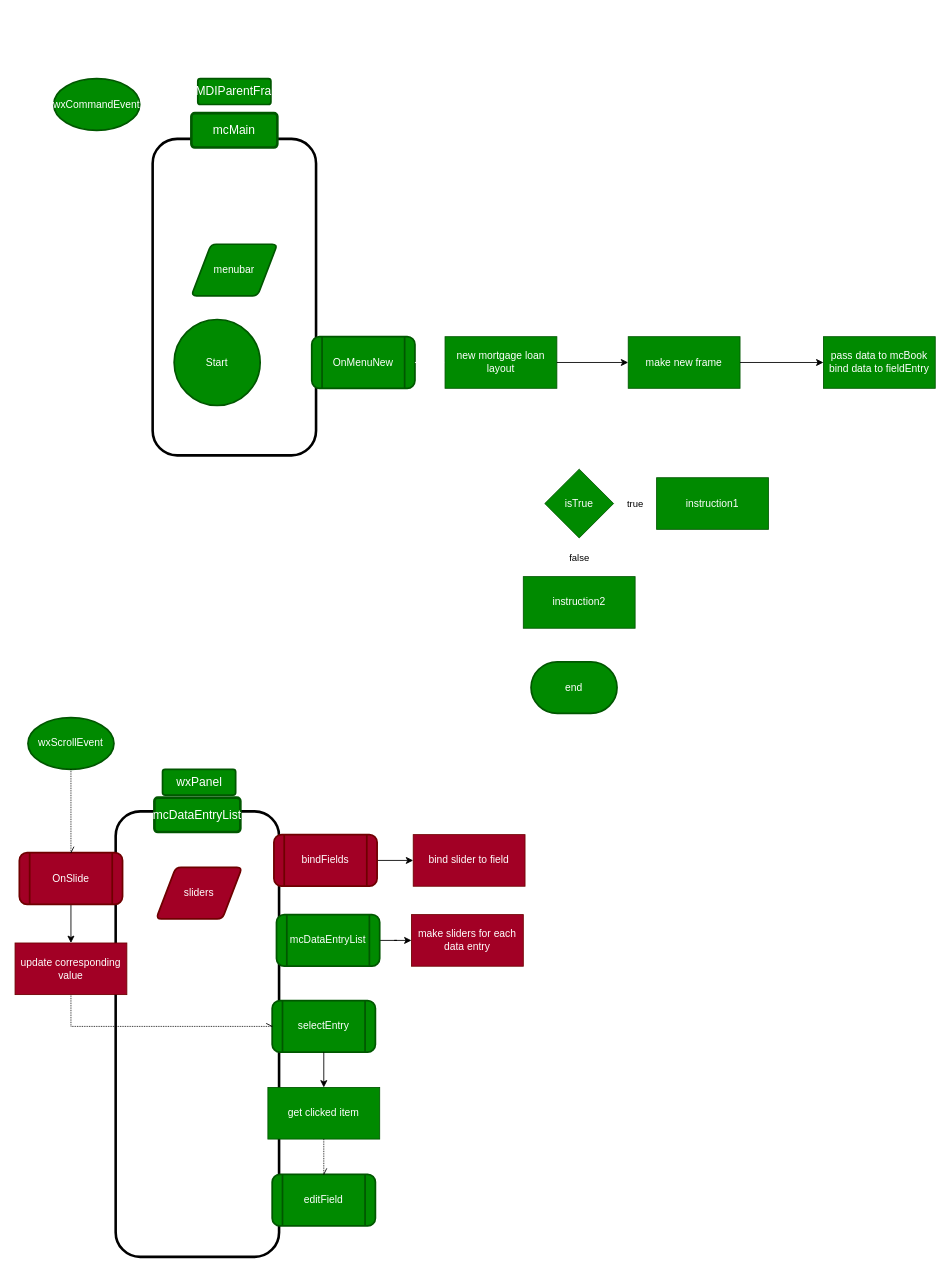
This is DesignDocs/GUI_Sliders.drawio from accusard/MortgageCalc, a draw.io file, before an edit. Source tidied: cells renumbered, new cells numbered last; positions are measured from the earlier drawing's top-left corner, leaving out a move shared by most shapes. Both pictures are drawn from the tidied source at 86%, with x=0, y=0 at pixel (15, 78).
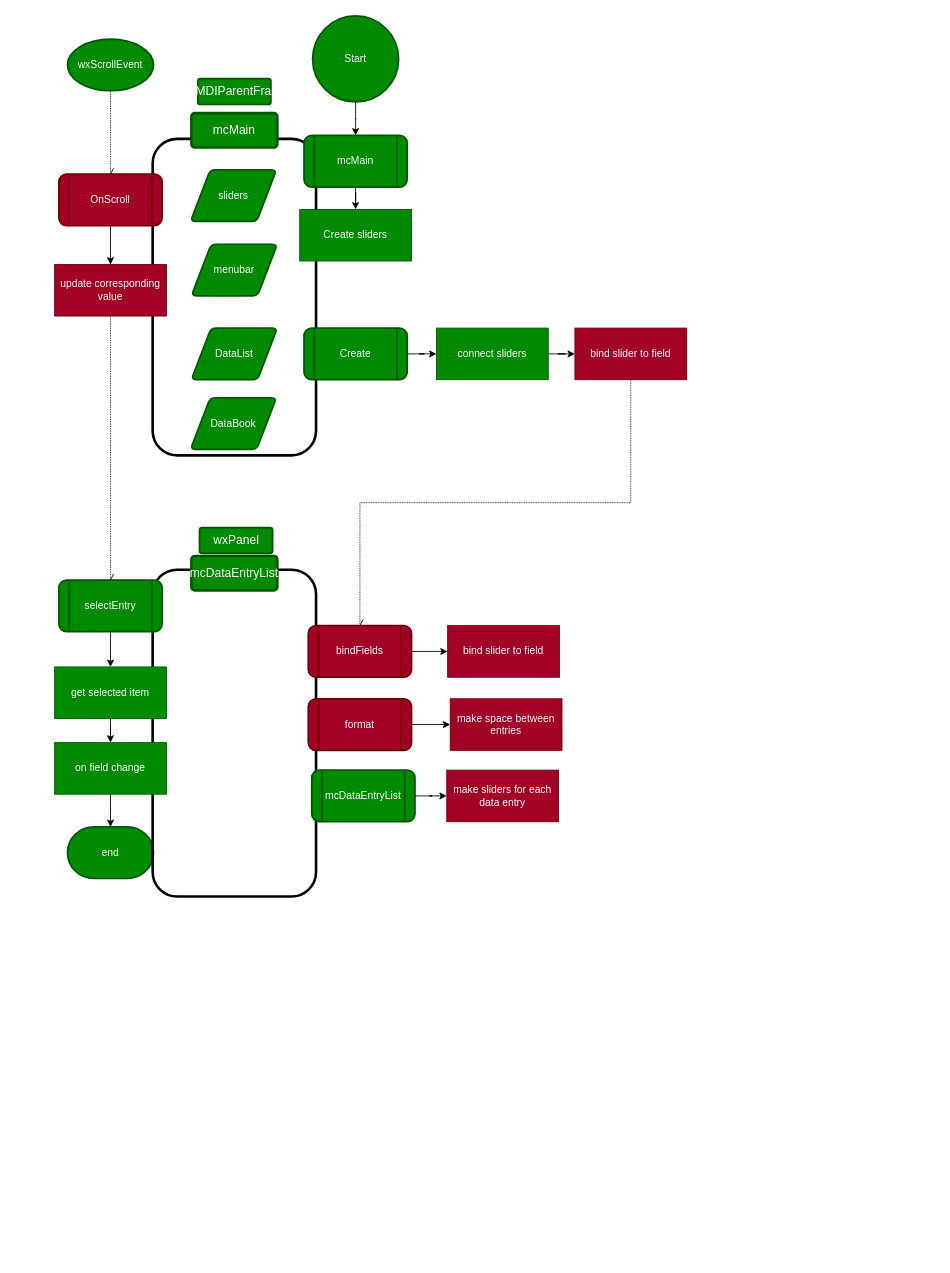
The same page after the edit.

Commit message (it also covers changes not shown here):
fix bug where the values in data list didn't correspond to the values in data book during editing

Change to the diagram source:
```diff
@@
+    <mxCell id="9" style="rounded=1;whiteSpace=wrap;html=1;fillColor=none;strokeWidth=3;fontFamily=SF Mono;fontColor=#000000;" parent="1" vertex="1">
+      <mxGeometry x="160" y="70" width="190" height="368" as="geometry" />
+    </mxCell>
+    <mxCell id="42" style="edgeStyle=orthogonalEdgeStyle;rounded=0;jettySize=auto;html=1;" parent="1" edge="1" source="2" target="14">
+      <mxGeometry relative="1" as="geometry" />
+    </mxCell>
     <mxCell id="2" value="&lt;font style=&quot;font-size: 12px&quot;&gt;Start&lt;/font&gt;" style="strokeWidth=2;html=1;shape=mxgraph.flowchart.start_2;whiteSpace=wrap;fillColor=#008a00;strokeColor=#005700;fontFamily=SF Mono;fontColor=#ffffff;" parent="1" vertex="1">
-      <mxGeometry x="185" y="280" width="100" height="100" as="geometry" />
+      <mxGeometry x="346" y="-73" width="100" height="100" as="geometry" />
     </mxCell>
-    <mxCell id="3" value="&lt;font face=&quot;SF Mono&quot;&gt;end&lt;/font&gt;" style="strokeWidth=2;html=1;shape=mxgraph.flowchart.terminator;whiteSpace=wrap;fillColor=#008a00;strokeColor=#005700;fontColor=#ffffff;" parent="1" vertex="1">
-      <mxGeometry x="600" y="678" width="100" height="60" as="geometry" />
-    </mxCell>
-    <mxCell id="4" value="true" style="edgeStyle=orthogonalEdgeStyle;rounded=0;jettySize=auto;html=1;strokeColor=#FFFFFF;" parent="1" edge="1" source="6" target="7">
-      <mxGeometry relative="1" as="geometry" />
-    </mxCell>
-    <mxCell id="5" value="false" style="edgeStyle=orthogonalEdgeStyle;rounded=0;jettySize=auto;html=1;strokeColor=#FFFFFF;" parent="1" edge="1" source="6" target="8">
-      <mxGeometry relative="1" as="geometry" />
-    </mxCell>
-    <mxCell id="6" value="isTrue" style="rhombus;whiteSpace=wrap;html=1;strokeColor=#005700;fillColor=#008a00;fontColor=#ffffff;" parent="1" vertex="1">
-      <mxGeometry x="616" y="454" width="80" height="80" as="geometry" />
-    </mxCell>
-    <mxCell id="7" value="&lt;font style=&quot;font-size: 12px&quot;&gt;instruction1&lt;/font&gt;&lt;span style=&quot;font-size: 11px&quot;&gt;&lt;br&gt;&lt;/span&gt;" style="rounded=0;whiteSpace=wrap;html=1;fillColor=#008a00;strokeColor=#005700;fontFamily=SF Mono;fontColor=#ffffff;" parent="1" vertex="1">
-      <mxGeometry x="746" y="464" width="130" height="60" as="geometry" />
-    </mxCell>
-    <mxCell id="8" value="&lt;font style=&quot;font-size: 12px&quot;&gt;instruction2&lt;/font&gt;&lt;span style=&quot;font-size: 11px&quot;&gt;&lt;br&gt;&lt;/span&gt;" style="rounded=0;whiteSpace=wrap;html=1;fillColor=#008a00;strokeColor=#005700;fontFamily=SF Mono;fontColor=#ffffff;" parent="1" vertex="1">
-      <mxGeometry x="591" y="579" width="130" height="60" as="geometry" />
-    </mxCell>
-    <mxCell id="9" style="rounded=1;whiteSpace=wrap;html=1;fillColor=none;strokeWidth=3;fontFamily=SF Mono;fontColor=#000000;" parent="1" vertex="1">
-      <mxGeometry x="160" y="70" width="190" height="368" as="geometry" />
-    </mxCell>
@@
-    <mxCell id="13" value="wxCommandEvent" style="strokeWidth=2;html=1;shape=mxgraph.flowchart.start_1;whiteSpace=wrap;fillColor=#008a00;strokeColor=#005700;fontColor=#ffffff;" parent="1" vertex="1">
-      <mxGeometry x="45" width="100" height="60" as="geometry" />
-    </mxCell>
+    <mxCell id="43" style="edgeStyle=orthogonalEdgeStyle;rounded=0;jettySize=auto;html=1;" parent="1" edge="1" source="14" target="44">
+      <mxGeometry relative="1" as="geometry" />
+    </mxCell>
-    <mxCell id="14" value="OnMenuNew" style="shape=process;whiteSpace=wrap;html=1;backgroundOutline=1;fillColor=#008a00;strokeColor=#005700;rounded=1;fontFamily=SF Mono;strokeWidth=2;fontColor=#ffffff;" parent="1" vertex="1">
-      <mxGeometry x="345" y="300" width="120" height="60" as="geometry" />
+    <mxCell id="14" value="mcMain" style="shape=process;whiteSpace=wrap;html=1;backgroundOutline=1;fillColor=#008a00;strokeColor=#005700;rounded=1;fontFamily=SF Mono;strokeWidth=2;fontColor=#ffffff;" parent="1" vertex="1">
+      <mxGeometry x="336" y="66" width="120" height="60" as="geometry" />
     </mxCell>
-    <mxCell id="15" value="&lt;font style=&quot;font-size: 12px&quot;&gt;new mortgage loan layout&lt;/font&gt;" style="rounded=0;whiteSpace=wrap;html=1;fillColor=#008a00;strokeColor=#005700;fontFamily=SF Mono;fontColor=#ffffff;" parent="1" vertex="1">
-      <mxGeometry x="500" y="300" width="130" height="60" as="geometry" />
-    </mxCell>
-    <mxCell id="16" style="edgeStyle=orthogonalEdgeStyle;rounded=0;jettySize=auto;html=1;exitX=1;exitY=0.5;exitDx=0;exitDy=0;entryX=0;entryY=0.5;entryDx=0;entryDy=0;fontColor=#000000;fillColor=#a20025;strokeColor=#FFFFFF;" parent="1" edge="1" source="14" target="15">
-      <mxGeometry relative="1" as="geometry" />
-    </mxCell>
-    <mxCell id="17" value="&lt;font style=&quot;font-size: 12px&quot;&gt;make new frame&lt;br&gt;&lt;/font&gt;" style="rounded=0;whiteSpace=wrap;html=1;fillColor=#008a00;strokeColor=#005700;fontFamily=SF Mono;fontColor=#ffffff;" parent="1" vertex="1">
-      <mxGeometry x="713" y="300" width="130" height="60" as="geometry" />
-    </mxCell>
-    <mxCell id="18" style="edgeStyle=orthogonalEdgeStyle;rounded=0;jettySize=auto;html=1;" parent="1" edge="1" source="15" target="17">
-      <mxGeometry relative="1" as="geometry" />
-    </mxCell>
-    <mxCell id="19" style="edgeStyle=orthogonalEdgeStyle;rounded=0;jettySize=auto;html=1;exitX=1;exitY=0.5;exitDx=0;exitDy=0;entryX=0;entryY=0.5;entryDx=0;entryDy=0;" parent="1" edge="1" source="17" target="20">
-      <mxGeometry relative="1" as="geometry" />
-    </mxCell>
-    <mxCell id="20" value="&lt;font style=&quot;font-size: 12px&quot;&gt;pass data to mcBook&lt;br&gt;bind data to fieldEntry&lt;br&gt;&lt;/font&gt;" style="rounded=0;whiteSpace=wrap;html=1;fillColor=#008a00;strokeColor=#005700;fontFamily=SF Mono;fontColor=#ffffff;" parent="1" vertex="1">
-      <mxGeometry x="940" y="300" width="130" height="60" as="geometry" />
-    </mxCell>
-    <mxCell id="21" value="&lt;font style=&quot;font-size: 14px&quot;&gt;wxPanel&lt;br&gt;&lt;/font&gt;" style="rounded=1;arcSize=10;whiteSpace=wrap;html=1;align=center;fontFamily=SF Mono;strokeWidth=2;shadow=0;glass=0;sketch=0;perimeterSpacing=0;fillColor=#008a00;strokeColor=#005700;fontColor=#ffffff;" parent="1" vertex="1">
-      <mxGeometry x="171.5" y="803" width="85" height="30" as="geometry" />
-    </mxCell>
     <mxCell id="22" value="wxScrollEvent" style="strokeWidth=2;html=1;shape=mxgraph.flowchart.start_1;whiteSpace=wrap;fillColor=#008a00;strokeColor=#005700;fontColor=#ffffff;" parent="1" vertex="1">
-      <mxGeometry x="15" y="743" width="100" height="60" as="geometry" />
+      <mxGeometry x="61" y="-46" width="100" height="60" as="geometry" />
     </mxCell>
-    <mxCell id="23" style="rounded=1;whiteSpace=wrap;html=1;fillColor=none;strokeWidth=3;fontFamily=SF Mono;fontColor=#000000;" parent="1" vertex="1">
-      <mxGeometry x="117" y="852" width="190" height="518" as="geometry" />
-    </mxCell>
-    <mxCell id="24" value="&lt;font style=&quot;font-size: 14px&quot;&gt;mcDataEntryList&lt;/font&gt;" style="rounded=1;arcSize=10;whiteSpace=wrap;html=1;align=center;fillColor=#008a00;strokeColor=#005700;fontFamily=SF Mono;strokeWidth=3;fontColor=#ffffff;" parent="1" vertex="1">
-      <mxGeometry x="162" y="836" width="100" height="40" as="geometry" />
-    </mxCell>
@@
-    <mxCell id="26" value="OnSlide" style="shape=process;whiteSpace=wrap;html=1;backgroundOutline=1;rounded=1;fontFamily=SF Mono;strokeWidth=2;fillColor=#a20025;fontColor=#ffffff;strokeColor=#6F0000;" parent="1" vertex="1">
-      <mxGeometry x="5" y="900" width="120" height="60" as="geometry" />
+    <mxCell id="26" value="OnScroll" style="shape=process;whiteSpace=wrap;html=1;backgroundOutline=1;rounded=1;fontFamily=SF Mono;strokeWidth=2;fillColor=#a20025;fontColor=#ffffff;strokeColor=#6F0000;" parent="1" vertex="1">
+      <mxGeometry x="51" y="111" width="120" height="60" as="geometry" />
     </mxCell>
@@
-    <mxCell id="28" style="edgeStyle=orthogonalEdgeStyle;rounded=0;jettySize=auto;html=1;" parent="1" edge="1" source="29" target="38">
-      <mxGeometry relative="1" as="geometry" />
-    </mxCell>
+    <mxCell id="37" value="sliders" style="shape=parallelogram;html=1;strokeWidth=2;perimeter=parallelogramPerimeter;whiteSpace=wrap;rounded=1;arcSize=12;size=0.23;fontFamily=SF Mono;fillColor=#008a00;strokeColor=#005700;fontColor=#ffffff;" parent="1" vertex="1">
+      <mxGeometry x="204" y="106" width="100" height="60" as="geometry" />
+    </mxCell>
+    <mxCell id="39" style="edgeStyle=orthogonalEdgeStyle;rounded=0;jettySize=auto;html=1;exitX=0.5;exitY=1;exitDx=0;exitDy=0;entryX=0.5;entryY=0;entryDx=0;entryDy=0;dashed=1;dashPattern=1 1;endArrow=openAsync;endFill=0;" parent="1" edge="1" source="40" target="30">
+      <mxGeometry relative="1" as="geometry" />
+    </mxCell>
+    <mxCell id="40" value="update corresponding value" style="rounded=0;whiteSpace=wrap;html=1;fontFamily=SF Mono;fillColor=#a20025;strokeColor=#6F0000;fontColor=#ffffff;" parent="1" vertex="1">
+      <mxGeometry x="46" y="216" width="130" height="60" as="geometry" />
+    </mxCell>
+    <mxCell id="44" value="Create sliders" style="rounded=0;whiteSpace=wrap;html=1;fontFamily=SF Mono;fillColor=#008a00;strokeColor=#005700;fontColor=#ffffff;" parent="1" vertex="1">
+      <mxGeometry x="331" y="152" width="130" height="60" as="geometry" />
+    </mxCell>
+    <mxCell id="45" style="edgeStyle=orthogonalEdgeStyle;rounded=0;jettySize=auto;html=1;" parent="1" edge="1" source="46" target="48">
+      <mxGeometry relative="1" as="geometry" />
+    </mxCell>
+    <mxCell id="46" value="Create" style="shape=process;whiteSpace=wrap;html=1;backgroundOutline=1;fillColor=#008a00;strokeColor=#005700;rounded=1;fontFamily=SF Mono;strokeWidth=2;fontColor=#ffffff;" parent="1" vertex="1">
+      <mxGeometry x="336" y="290" width="120" height="60" as="geometry" />
+    </mxCell>
+    <mxCell id="47" style="edgeStyle=orthogonalEdgeStyle;rounded=0;jettySize=auto;html=1;" parent="1" edge="1" source="48" target="50">
+      <mxGeometry relative="1" as="geometry" />
+    </mxCell>
+    <mxCell id="48" value="connect sliders" style="rounded=0;whiteSpace=wrap;html=1;fontFamily=SF Mono;fillColor=#008a00;strokeColor=#005700;fontColor=#ffffff;" parent="1" vertex="1">
+      <mxGeometry x="490" y="290" width="130" height="60" as="geometry" />
+    </mxCell>
+    <mxCell id="49" style="edgeStyle=orthogonalEdgeStyle;rounded=0;jettySize=auto;html=1;exitX=0.5;exitY=1;exitDx=0;exitDy=0;entryX=0.5;entryY=0;entryDx=0;entryDy=0;dashed=1;dashPattern=1 1;endArrow=openAsync;endFill=0;" parent="1" edge="1" source="50" target="36">
+      <mxGeometry relative="1" as="geometry" />
+    </mxCell>
+    <mxCell id="50" value="bind slider to field" style="rounded=0;whiteSpace=wrap;html=1;fontFamily=SF Mono;fillColor=#a20025;strokeColor=#6F0000;fontColor=#ffffff;" parent="1" vertex="1">
+      <mxGeometry x="651" y="290" width="130" height="60" as="geometry" />
+    </mxCell>
+    <mxCell id="3" value="&lt;font face=&quot;SF Mono&quot;&gt;end&lt;/font&gt;" style="strokeWidth=2;html=1;shape=mxgraph.flowchart.terminator;whiteSpace=wrap;fillColor=#008a00;strokeColor=#005700;fontColor=#ffffff;" parent="1" vertex="1">
+      <mxGeometry x="61" y="870" width="100" height="60" as="geometry" />
+    </mxCell>
+    <mxCell id="21" value="&lt;font style=&quot;font-size: 14px&quot;&gt;wxPanel&lt;br&gt;&lt;/font&gt;" style="rounded=1;arcSize=10;whiteSpace=wrap;html=1;align=center;fontFamily=SF Mono;strokeWidth=2;shadow=0;glass=0;sketch=0;perimeterSpacing=0;fillColor=#008a00;strokeColor=#005700;fontColor=#ffffff;" parent="1" vertex="1">
+      <mxGeometry x="214.5" y="522" width="85" height="30" as="geometry" />
+    </mxCell>
+    <mxCell id="23" style="rounded=1;whiteSpace=wrap;html=1;fillColor=none;strokeWidth=3;fontFamily=SF Mono;fontColor=#000000;" parent="1" vertex="1">
+      <mxGeometry x="160" y="571" width="190" height="380" as="geometry" />
+    </mxCell>
+    <mxCell id="24" value="&lt;font style=&quot;font-size: 14px&quot;&gt;mcDataEntryList&lt;/font&gt;" style="rounded=1;arcSize=10;whiteSpace=wrap;html=1;align=center;fillColor=#008a00;strokeColor=#005700;fontFamily=SF Mono;strokeWidth=3;fontColor=#ffffff;" parent="1" vertex="1">
+      <mxGeometry x="205" y="555" width="100" height="40" as="geometry" />
+    </mxCell>
     <mxCell id="29" value="mcDataEntryList" style="shape=process;whiteSpace=wrap;html=1;backgroundOutline=1;fillColor=#008a00;strokeColor=#005700;rounded=1;fontFamily=SF Mono;strokeWidth=2;fontColor=#ffffff;" parent="1" vertex="1">
-      <mxGeometry x="304" y="972" width="120" height="60" as="geometry" />
+      <mxGeometry x="345" y="804" width="120" height="60" as="geometry" />
     </mxCell>
     <mxCell id="30" value="selectEntry" style="shape=process;whiteSpace=wrap;html=1;backgroundOutline=1;fillColor=#008a00;strokeColor=#005700;rounded=1;fontFamily=SF Mono;strokeWidth=2;fontColor=#ffffff;" parent="1" vertex="1">
-      <mxGeometry x="299" y="1072" width="120" height="60" as="geometry" />
+      <mxGeometry x="51" y="583" width="120" height="60" as="geometry" />
     </mxCell>
-    <mxCell id="31" value="get clicked item" style="rounded=0;whiteSpace=wrap;html=1;fontFamily=SF Mono;fillColor=#008a00;strokeColor=#005700;fontColor=#ffffff;" parent="1" vertex="1">
-      <mxGeometry x="294" y="1173" width="130" height="60" as="geometry" />
+    <mxCell id="31" value="get selected item" style="rounded=0;whiteSpace=wrap;html=1;fontFamily=SF Mono;fillColor=#008a00;strokeColor=#005700;fontColor=#ffffff;" parent="1" vertex="1">
+      <mxGeometry x="46" y="684" width="130" height="60" as="geometry" />
     </mxCell>
@@
-    <mxCell id="33" value="editField" style="shape=process;whiteSpace=wrap;html=1;backgroundOutline=1;fillColor=#008a00;strokeColor=#005700;rounded=1;fontFamily=SF Mono;strokeWidth=2;fontColor=#ffffff;" parent="1" vertex="1">
-      <mxGeometry x="299" y="1274" width="120" height="60" as="geometry" />
-    </mxCell>
-    <mxCell id="34" style="edgeStyle=orthogonalEdgeStyle;rounded=0;jettySize=auto;html=1;dashed=1;dashPattern=1 1;endArrow=openAsync;endFill=0;" parent="1" edge="1" source="31" target="33">
-      <mxGeometry relative="1" as="geometry" />
-    </mxCell>
+    <mxCell id="51" style="edgeStyle=orthogonalEdgeStyle;rounded=0;jettySize=auto;html=1;exitX=0.5;exitY=1;exitDx=0;exitDy=0;" parent="1" edge="1" source="52" target="3">
+      <mxGeometry relative="1" as="geometry" />
+    </mxCell>
+    <mxCell id="36" value="bindFields" style="shape=process;whiteSpace=wrap;html=1;backgroundOutline=1;rounded=1;fontFamily=SF Mono;strokeWidth=2;fillColor=#a20025;fontColor=#ffffff;strokeColor=#6F0000;" parent="1" vertex="1">
+      <mxGeometry x="341" y="636" width="120" height="60" as="geometry" />
+    </mxCell>
+    <mxCell id="38" value="&lt;font style=&quot;font-size: 12px&quot;&gt;make sliders for each data entry&lt;/font&gt;&lt;span style=&quot;font-size: 11px&quot;&gt;&lt;br&gt;&lt;/span&gt;" style="rounded=0;whiteSpace=wrap;html=1;fillColor=#a20025;strokeColor=#6F0000;fontFamily=SF Mono;fontColor=#ffffff;" parent="1" vertex="1">
+      <mxGeometry x="502" y="804" width="130" height="60" as="geometry" />
+    </mxCell>
+    <mxCell id="28" style="edgeStyle=orthogonalEdgeStyle;rounded=0;jettySize=auto;html=1;" parent="1" edge="1" source="29" target="38">
+      <mxGeometry relative="1" as="geometry" />
+    </mxCell>
+    <mxCell id="41" value="&lt;font style=&quot;font-size: 12px&quot;&gt;bind slider to field&lt;/font&gt;&lt;span style=&quot;font-size: 11px&quot;&gt;&lt;br&gt;&lt;/span&gt;" style="rounded=0;whiteSpace=wrap;html=1;fillColor=#a20025;strokeColor=#6F0000;fontFamily=SF Mono;fontColor=#ffffff;" parent="1" vertex="1">
+      <mxGeometry x="503" y="636" width="130" height="60" as="geometry" />
+    </mxCell>
@@
-    <mxCell id="36" value="bindFields" style="shape=process;whiteSpace=wrap;html=1;backgroundOutline=1;rounded=1;fontFamily=SF Mono;strokeWidth=2;fillColor=#a20025;fontColor=#ffffff;strokeColor=#6F0000;" parent="1" vertex="1">
-      <mxGeometry x="301" y="879" width="120" height="60" as="geometry" />
-    </mxCell>
-    <mxCell id="37" value="sliders" style="shape=parallelogram;html=1;strokeWidth=2;perimeter=parallelogramPerimeter;whiteSpace=wrap;rounded=1;arcSize=12;size=0.23;fontFamily=SF Mono;fillColor=#a20025;strokeColor=#6F0000;fontColor=#ffffff;" parent="1" vertex="1">
-      <mxGeometry x="164" y="917" width="100" height="60" as="geometry" />
-    </mxCell>
-    <mxCell id="38" value="&lt;font style=&quot;font-size: 12px&quot;&gt;make sliders for each data entry&lt;/font&gt;&lt;span style=&quot;font-size: 11px&quot;&gt;&lt;br&gt;&lt;/span&gt;" style="rounded=0;whiteSpace=wrap;html=1;fillColor=#a20025;strokeColor=#6F0000;fontFamily=SF Mono;fontColor=#ffffff;" parent="1" vertex="1">
-      <mxGeometry x="461" y="972" width="130" height="60" as="geometry" />
-    </mxCell>
-    <mxCell id="39" style="edgeStyle=orthogonalEdgeStyle;rounded=0;jettySize=auto;html=1;exitX=0.5;exitY=1;exitDx=0;exitDy=0;entryX=0;entryY=0.5;entryDx=0;entryDy=0;dashed=1;dashPattern=1 1;endArrow=openAsync;endFill=0;" parent="1" edge="1" source="40" target="30">
-      <mxGeometry relative="1" as="geometry" />
-    </mxCell>
-    <mxCell id="40" value="update corresponding value" style="rounded=0;whiteSpace=wrap;html=1;fontFamily=SF Mono;fillColor=#a20025;strokeColor=#6F0000;fontColor=#ffffff;" parent="1" vertex="1">
-      <mxGeometry y="1005" width="130" height="60" as="geometry" />
-    </mxCell>
-    <mxCell id="41" value="&lt;font style=&quot;font-size: 12px&quot;&gt;bind slider to field&lt;/font&gt;&lt;span style=&quot;font-size: 11px&quot;&gt;&lt;br&gt;&lt;/span&gt;" style="rounded=0;whiteSpace=wrap;html=1;fillColor=#a20025;strokeColor=#6F0000;fontFamily=SF Mono;fontColor=#ffffff;" parent="1" vertex="1">
-      <mxGeometry x="463" y="879" width="130" height="60" as="geometry" />
-    </mxCell>
+    <mxCell id="52" value="on field change" style="rounded=0;whiteSpace=wrap;html=1;fontFamily=SF Mono;fillColor=#008a00;strokeColor=#005700;fontColor=#ffffff;" parent="1" vertex="1">
+      <mxGeometry x="46" y="772" width="130" height="60" as="geometry" />
+    </mxCell>
+    <mxCell id="53" style="edgeStyle=orthogonalEdgeStyle;rounded=0;jettySize=auto;html=1;" parent="1" edge="1" source="31" target="52">
+      <mxGeometry relative="1" as="geometry" />
+    </mxCell>
+    <mxCell id="54" style="edgeStyle=orthogonalEdgeStyle;rounded=0;jettySize=auto;html=1;" parent="1" edge="1" source="55" target="56">
+      <mxGeometry relative="1" as="geometry" />
+    </mxCell>
+    <mxCell id="55" value="format" style="shape=process;whiteSpace=wrap;html=1;backgroundOutline=1;rounded=1;fontFamily=SF Mono;strokeWidth=2;fillColor=#a20025;fontColor=#ffffff;strokeColor=#6F0000;" parent="1" vertex="1">
+      <mxGeometry x="341" y="721" width="120" height="60" as="geometry" />
+    </mxCell>
+    <mxCell id="56" value="make space between entries" style="rounded=0;whiteSpace=wrap;html=1;fontFamily=SF Mono;fillColor=#a20025;strokeColor=#6F0000;fontColor=#ffffff;" parent="1" vertex="1">
+      <mxGeometry x="506" y="721" width="130" height="60" as="geometry" />
+    </mxCell>
+    <mxCell id="57" value="DataList" style="shape=parallelogram;html=1;strokeWidth=2;perimeter=parallelogramPerimeter;whiteSpace=wrap;rounded=1;arcSize=12;size=0.23;fontFamily=SF Mono;fillColor=#008a00;strokeColor=#005700;fontColor=#ffffff;" parent="1" vertex="1">
+      <mxGeometry x="205" y="290" width="100" height="60" as="geometry" />
+    </mxCell>
+    <mxCell id="58" value="DataBook" style="shape=parallelogram;html=1;strokeWidth=2;perimeter=parallelogramPerimeter;whiteSpace=wrap;rounded=1;arcSize=12;size=0.23;fontFamily=SF Mono;fillColor=#008a00;strokeColor=#005700;fontColor=#ffffff;" parent="1" vertex="1">
+      <mxGeometry x="204" y="371" width="100" height="60" as="geometry" />
+    </mxCell>
```
